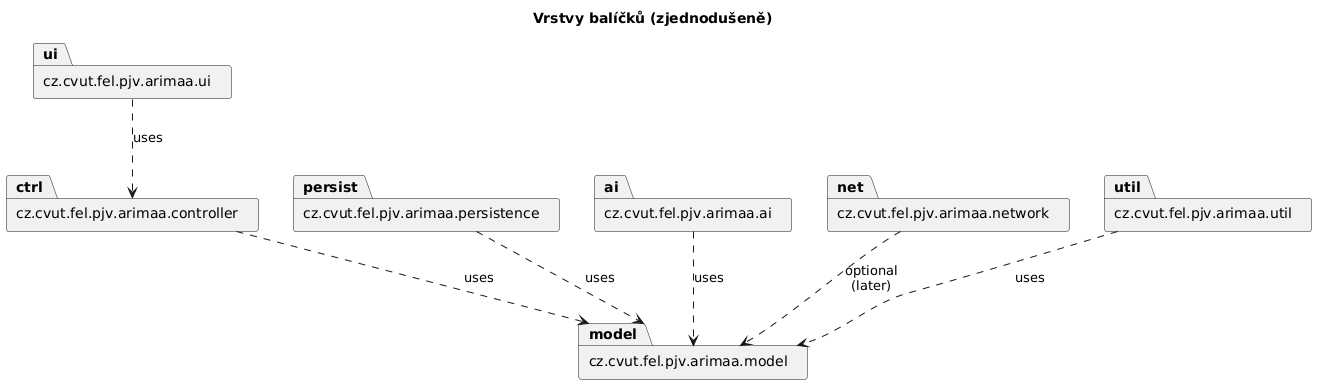
vladimirzubkov/sem-pjv-arimaa keeps this PlantUML diagram as Dokumentace/out/package-structure.png. Above is the earlier version. Source of this version:
```plantuml
@startuml package-structure
skinparam packageStyle rectangle
title Vrstvy balíčků (zjednodušeně)

package "cz.cvut.fel.pjv.arimaa.ui" as ui
package "cz.cvut.fel.pjv.arimaa.controller" as ctrl
package "cz.cvut.fel.pjv.arimaa.model" as model
package "cz.cvut.fel.pjv.arimaa.persistence" as persist
package "cz.cvut.fel.pjv.arimaa.ai" as ai
package "cz.cvut.fel.pjv.arimaa.network" as net
package "cz.cvut.fel.pjv.arimaa.util" as util

ui ..> ctrl : uses
ctrl ..> model : uses
persist ..> model : uses
ai ..> model : uses
net ..> model : optional\n(later)
util ..> model : uses

@enduml
```
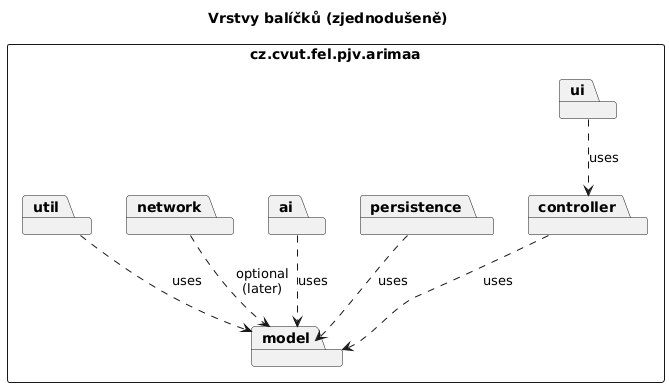
Above is the later version.

Commit message:
Dokumentace: diagram balíčků, stavy (opce), README (model, zadani/)

Diff of the diagram source:
```diff
@@ -2,19 +2,21 @@
 skinparam packageStyle rectangle
 title Vrstvy balíčků (zjednodušeně)
 
-package "cz.cvut.fel.pjv.arimaa.ui" as ui
-package "cz.cvut.fel.pjv.arimaa.controller" as ctrl
-package "cz.cvut.fel.pjv.arimaa.model" as model
-package "cz.cvut.fel.pjv.arimaa.persistence" as persist
-package "cz.cvut.fel.pjv.arimaa.ai" as ai
-package "cz.cvut.fel.pjv.arimaa.network" as net
-package "cz.cvut.fel.pjv.arimaa.util" as util
+package "cz.cvut.fel.pjv.arimaa" as root {
+  package ui
+  package controller
+  package model
+  package persistence
+  package ai
+  package network
+  package util
 
-ui ..> ctrl : uses
-ctrl ..> model : uses
-persist ..> model : uses
-ai ..> model : uses
-net ..> model : optional\n(later)
-util ..> model : uses
+  ui ..> controller : uses
+  controller ..> model : uses
+  persistence ..> model : uses
+  ai ..> model : uses
+  network ..> model : optional\n(later)
+  util ..> model : uses
+}
 
 @enduml
```
